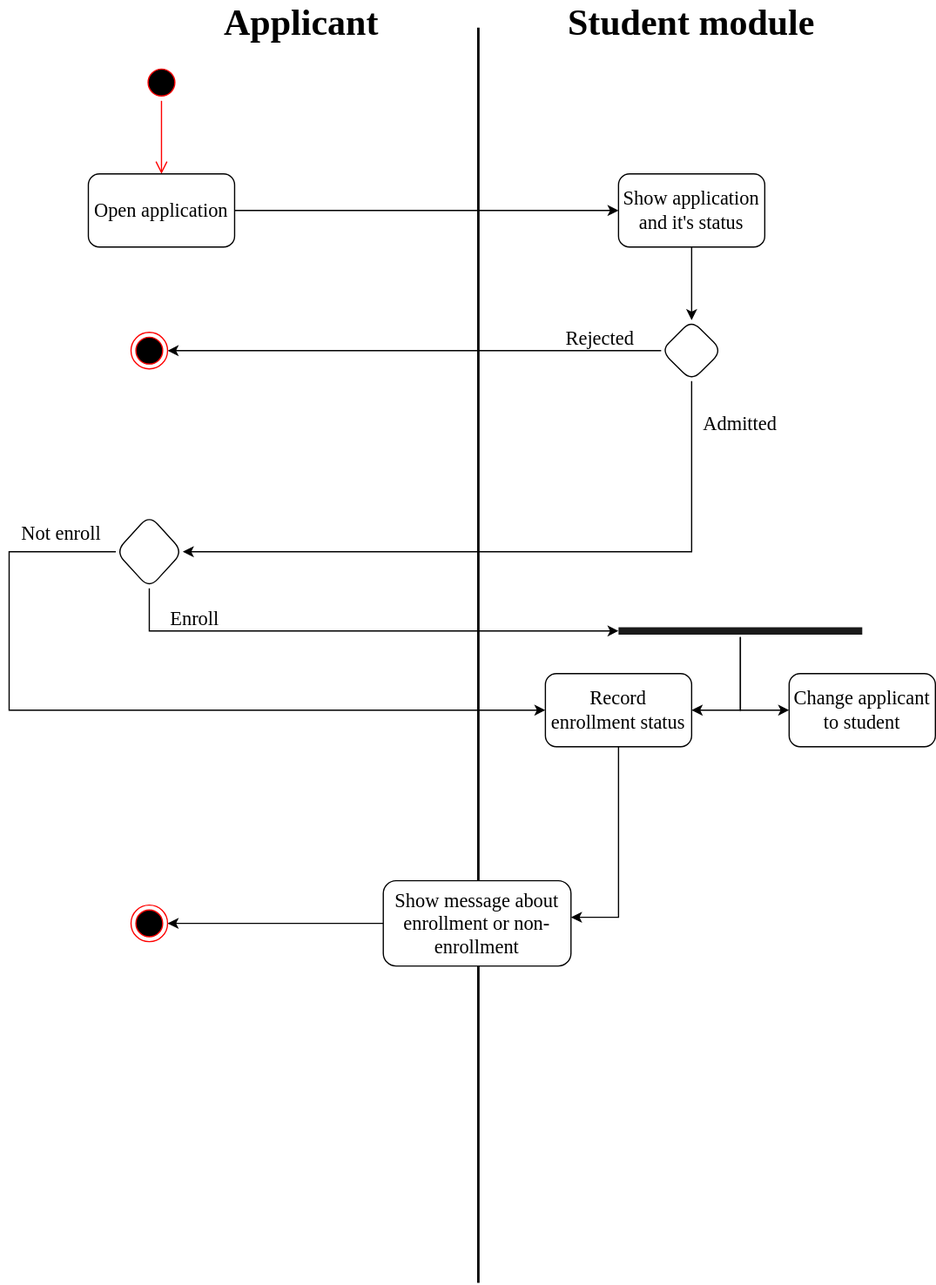
This is activity-diagrams/check-admission-status.svg from Kwantigon/software-engineering-intro, a draw.io export, as it was before one commit. Source tidied: cells renumbered, new cells last; positions are measured from the earlier drawing's top-left corner, leaving out a move shared by most shapes.
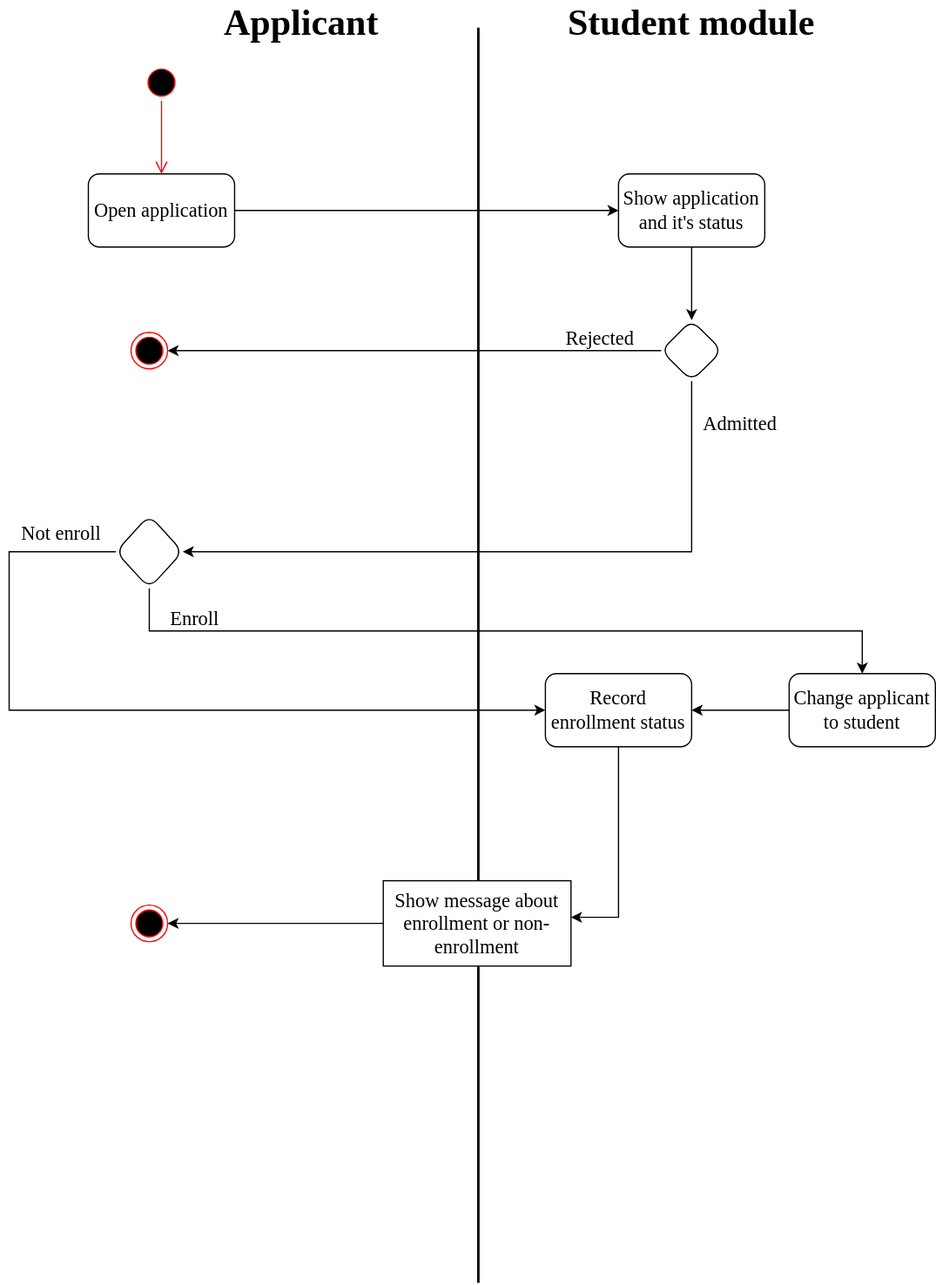
Above is the later version.

What changed in the source:
```diff
@@ -56,10 +56,11 @@
     <mxCell id="16" value="&lt;font style=&quot;font-size: 16px&quot; face=&quot;Times New Roman&quot;&gt;Admitted&lt;/font&gt;" style="text;html=1;strokeColor=none;fillColor=none;align=center;verticalAlign=middle;whiteSpace=wrap;rounded=0;" parent="1" vertex="1">
       <mxGeometry x="562" y="330" width="80" height="30" as="geometry" />
     </mxCell>
-    <mxCell id="17" style="edgeStyle=orthogonalEdgeStyle;rounded=0;jettySize=auto;html=1;" parent="1" edge="1" source="19" target="27">
+    <mxCell id="17" style="edgeStyle=orthogonalEdgeStyle;rounded=0;jettySize=auto;html=1;entryX=0.5;entryY=0;entryDx=0;entryDy=0;" parent="1" edge="1" source="19" target="23">
       <mxGeometry relative="1" as="geometry">
         <Array as="points">
           <mxPoint x="117" y="515" />
+          <mxPoint x="702" y="515" />
         </Array>
       </mxGeometry>
     </mxCell>
@@ -77,7 +78,7 @@
     <mxCell id="20" value="&lt;font style=&quot;font-size: 16px&quot; face=&quot;Times New Roman&quot;&gt;Enroll&lt;/font&gt;" style="text;html=1;strokeColor=none;fillColor=none;align=center;verticalAlign=middle;whiteSpace=wrap;rounded=0;" parent="1" vertex="1">
       <mxGeometry x="122" y="490" width="65" height="30" as="geometry" />
     </mxCell>
-    <mxCell id="21" style="edgeStyle=orthogonalEdgeStyle;rounded=0;jettySize=auto;html=1;" parent="1" edge="1" source="22" target="29">
+    <mxCell id="21" style="edgeStyle=orthogonalEdgeStyle;rounded=0;jettySize=auto;html=1;exitX=0.5;exitY=1;exitDx=0;exitDy=0;" parent="1" edge="1" source="22" target="29">
       <mxGeometry relative="1" as="geometry">
         <Array as="points">
           <mxPoint x="502" y="750" />
@@ -87,25 +88,19 @@
     <mxCell id="22" value="&lt;font style=&quot;font-size: 16px&quot; face=&quot;Times New Roman&quot;&gt;Record enrollment status&lt;/font&gt;" style="rounded=1;whiteSpace=wrap;html=1;" parent="1" vertex="1">
       <mxGeometry x="442" y="550" width="120" height="60" as="geometry" />
     </mxCell>
+    <mxCell id="31" style="edgeStyle=orthogonalEdgeStyle;rounded=0;jettySize=auto;html=1;entryX=1;entryY=0.5;entryDx=0;entryDy=0;" parent="1" edge="1" source="23" target="22">
+      <mxGeometry relative="1" as="geometry" />
+    </mxCell>
     <mxCell id="23" value="&lt;font style=&quot;font-size: 16px&quot; face=&quot;Times New Roman&quot;&gt;Change applicant to student&lt;/font&gt;" style="whiteSpace=wrap;html=1;rounded=1;" parent="1" vertex="1">
       <mxGeometry x="642" y="550" width="120" height="60" as="geometry" />
     </mxCell>
     <mxCell id="24" value="&lt;font style=&quot;font-size: 16px&quot; face=&quot;Times New Roman&quot;&gt;Not enroll&lt;/font&gt;" style="text;html=1;strokeColor=none;fillColor=none;align=center;verticalAlign=middle;whiteSpace=wrap;rounded=0;" parent="1" vertex="1">
       <mxGeometry x="-0.5" y="420" width="90" height="30" as="geometry" />
     </mxCell>
-    <mxCell id="25" style="edgeStyle=orthogonalEdgeStyle;rounded=0;jettySize=auto;html=1;entryX=1;entryY=0.5;entryDx=0;entryDy=0;" parent="1" edge="1" source="27" target="22">
-      <mxGeometry relative="1" as="geometry" />
-    </mxCell>
-    <mxCell id="26" style="edgeStyle=orthogonalEdgeStyle;rounded=0;jettySize=auto;html=1;entryX=0;entryY=0.5;entryDx=0;entryDy=0;" parent="1" edge="1" source="27" target="23">
-      <mxGeometry relative="1" as="geometry" />
-    </mxCell>
-    <mxCell id="27" style="shape=line;html=1;strokeWidth=6;strokeColor=#1A1A1A;" parent="1" vertex="1">
-      <mxGeometry x="502" y="510" width="200" height="10" as="geometry" />
-    </mxCell>
     <mxCell id="28" style="edgeStyle=orthogonalEdgeStyle;rounded=0;jettySize=auto;html=1;" parent="1" edge="1" source="29" target="30">
       <mxGeometry relative="1" as="geometry" />
     </mxCell>
-    <mxCell id="29" value="&lt;font style=&quot;font-size: 16px&quot; face=&quot;Times New Roman&quot;&gt;Show message about enrollment or non-enrollment&lt;/font&gt;" style="rounded=1;whiteSpace=wrap;html=1;" parent="1" vertex="1">
+    <mxCell id="29" value="&lt;font style=&quot;font-size: 16px&quot; face=&quot;Times New Roman&quot;&gt;Show message about enrollment or non-enrollment&lt;/font&gt;" style="rounded=0;whiteSpace=wrap;html=1;" parent="1" vertex="1">
       <mxGeometry x="309" y="720" width="154" height="70" as="geometry" />
     </mxCell>
     <mxCell id="30" style="ellipse;html=1;shape=endState;fillColor=#000000;strokeColor=#ff0000;" parent="1" vertex="1">
```
